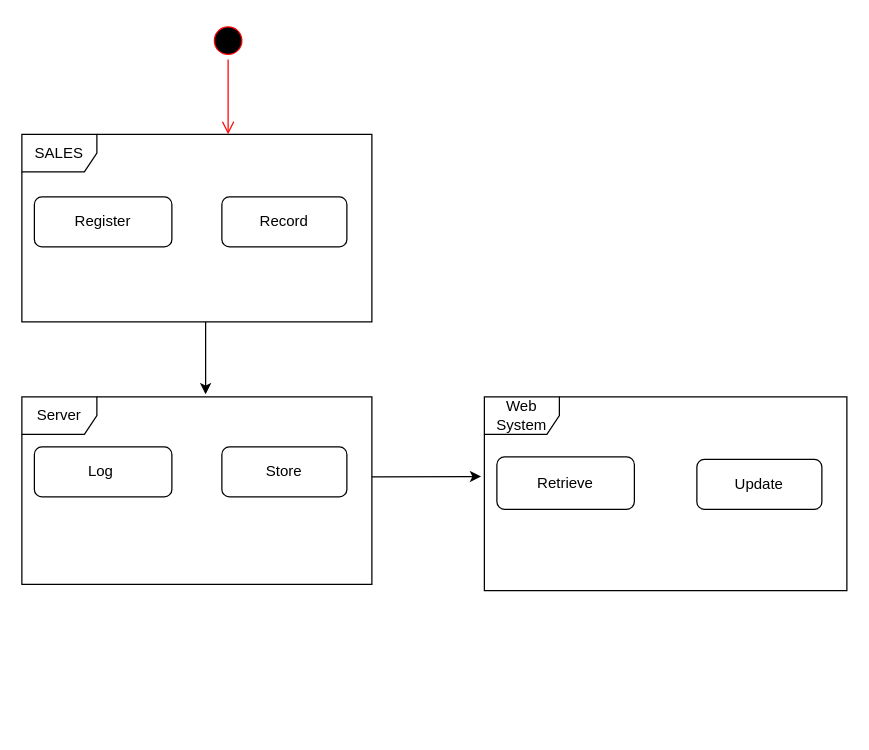
Before: Untitled Diagram.drawio in ntege33/manager, a draw.io diagram. Source tidied: cells renumbered, new cells numbered last; positions are measured from the earlier drawing's top-left corner, leaving out a move shared by most shapes. Both pictures are drawn from the tidied source at 125%, with x=0, y=0 at pixel (21, 21).
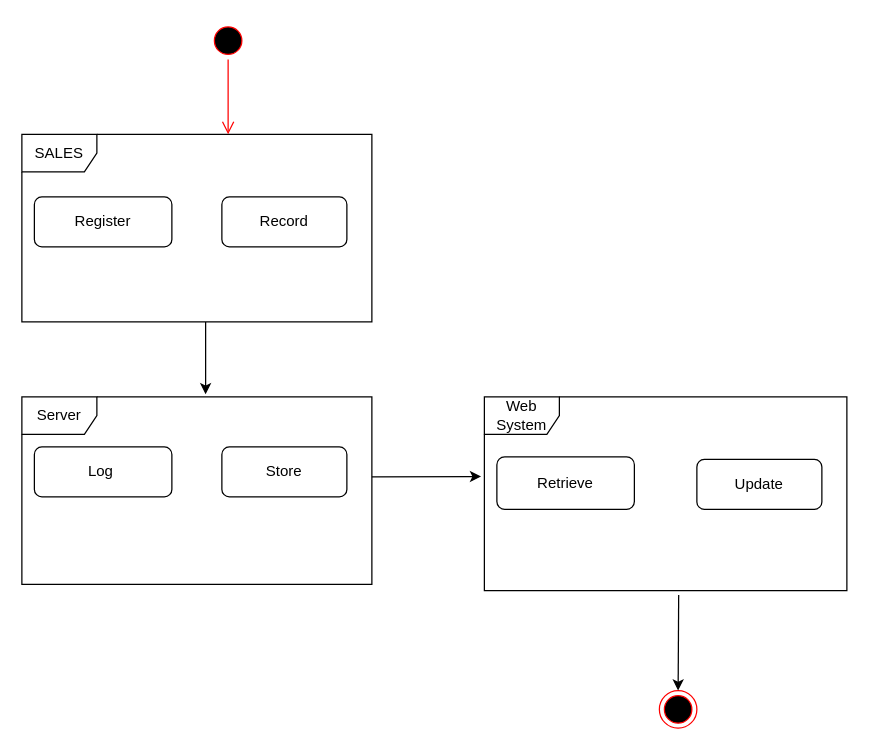
The same page after the edit.

Diff of the diagram source:
```diff
@@
 <mxGraphModel>
   <root>
     <mxCell id="0" />
     <mxCell id="1" parent="0" />
     <mxCell id="2" value="SALES" style="shape=umlFrame;whiteSpace=wrap;html=1;" parent="1" vertex="1">
       <mxGeometry y="90" width="280" height="150" as="geometry" />
     </mxCell>
     <mxCell id="3" value="Register" style="rounded=1;whiteSpace=wrap;html=1;" parent="1" vertex="1">
       <mxGeometry x="10" y="140" width="110" height="40" as="geometry" />
     </mxCell>
     <mxCell id="4" value="Record" style="rounded=1;whiteSpace=wrap;html=1;" parent="1" vertex="1">
       <mxGeometry x="160" y="140" width="100" height="40" as="geometry" />
     </mxCell>
     <mxCell id="5" value="Server" style="shape=umlFrame;whiteSpace=wrap;html=1;" parent="1" vertex="1">
       <mxGeometry y="300" width="280" height="150" as="geometry" />
     </mxCell>
     <mxCell id="6" value="Log&amp;nbsp;" style="rounded=1;whiteSpace=wrap;html=1;" parent="1" vertex="1">
       <mxGeometry x="10" y="340" width="110" height="40" as="geometry" />
     </mxCell>
     <mxCell id="7" value="Store" style="rounded=1;whiteSpace=wrap;html=1;" parent="1" vertex="1">
       <mxGeometry x="160" y="340" width="100" height="40" as="geometry" />
     </mxCell>
     <mxCell id="8" value="Web System" style="shape=umlFrame;whiteSpace=wrap;html=1;" parent="1" vertex="1">
       <mxGeometry x="370" y="300" width="290" height="155" as="geometry" />
     </mxCell>
     <mxCell id="9" style="ellipse;html=1;shape=startState;fillColor=#000000;strokeColor=#ff0000;" parent="1" vertex="1">
       <mxGeometry x="150" width="30" height="30" as="geometry" />
     </mxCell>
     <mxCell id="10" style="edgeStyle=orthogonalEdgeStyle;html=1;verticalAlign=bottom;endArrow=open;endSize=8;strokeColor=#ff0000;" parent="1" edge="1" source="9">
       <mxGeometry relative="1" as="geometry">
         <mxPoint x="165" y="90" as="targetPoint" />
       </mxGeometry>
     </mxCell>
     <mxCell id="11" style="endArrow=classic;html=1;" parent="1" edge="1">
       <mxGeometry relative="1" as="geometry">
         <mxPoint x="147" y="240" as="sourcePoint" />
         <mxPoint x="147" y="298" as="targetPoint" />
       </mxGeometry>
     </mxCell>
     <mxCell id="12" style="endArrow=classic;html=1;entryX=-0.009;entryY=0.411;entryDx=0;entryDy=0;entryPerimeter=0;" parent="1" edge="1" target="8">
       <mxGeometry relative="1" as="geometry">
         <mxPoint x="280" y="364" as="sourcePoint" />
       </mxGeometry>
     </mxCell>
     <mxCell id="13" value="Retrieve" style="rounded=1;whiteSpace=wrap;html=1;" parent="1" vertex="1">
       <mxGeometry x="380" y="348" width="110" height="42" as="geometry" />
     </mxCell>
     <mxCell id="14" value="Update" style="rounded=1;whiteSpace=wrap;html=1;" parent="1" vertex="1">
       <mxGeometry x="540" y="350" width="100" height="40" as="geometry" />
     </mxCell>
+    <mxCell id="15" style="ellipse;html=1;shape=endState;fillColor=#000000;strokeColor=#ff0000;" parent="1" vertex="1">
+      <mxGeometry x="510" y="535" width="30" height="30" as="geometry" />
+    </mxCell>
+    <mxCell id="16" style="endArrow=classic;html=1;exitX=0.536;exitY=1.022;exitDx=0;exitDy=0;exitPerimeter=0;entryX=0.5;entryY=0;entryDx=0;entryDy=0;" parent="1" edge="1" source="8" target="15">
+      <mxGeometry relative="1" as="geometry" />
+    </mxCell>
   </root>
 </mxGraphModel>
```
